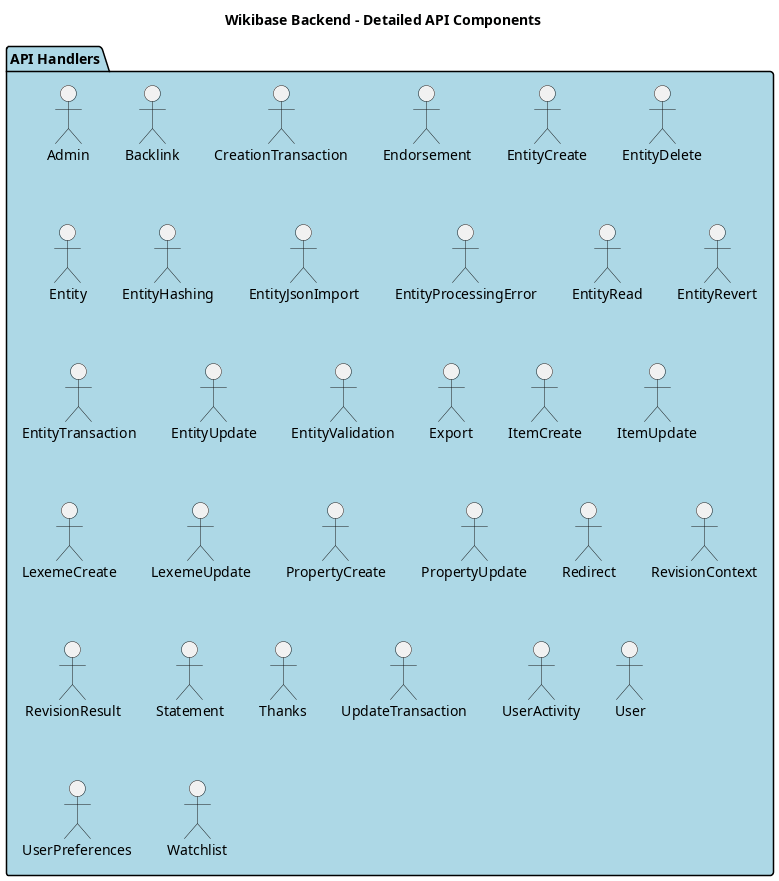
The PlantUML diagram doc/DIAGRAMS/png/detailed_api_components.png in dpriskorn/entitybase-backend, before a commit.
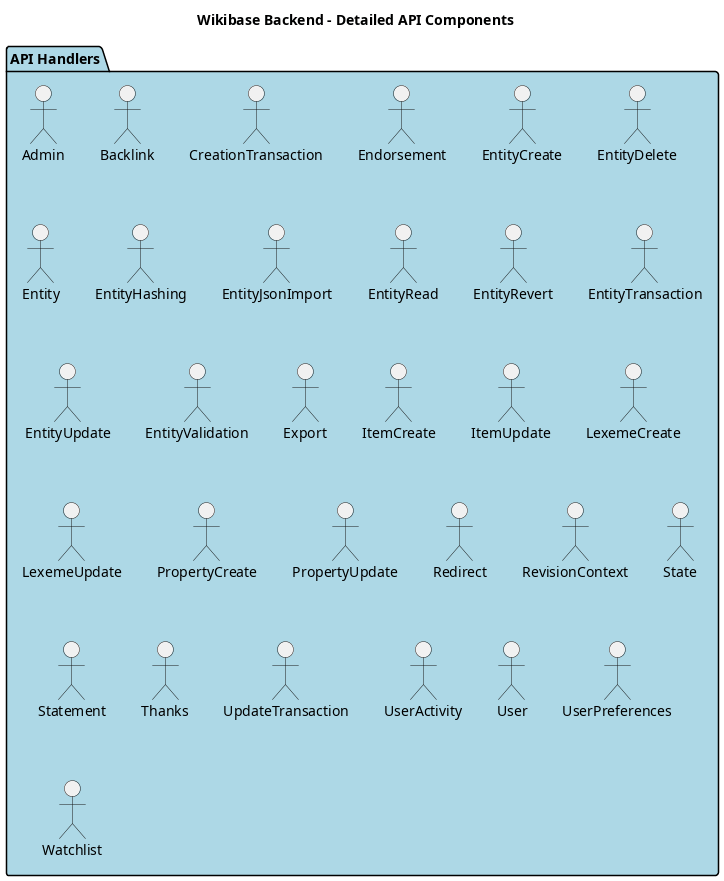
After the commit.

The edit, as a diff of the source:
```diff
@@ -12,7 +12,6 @@
     "Entity" as EntityHandler
     "EntityHashing" as EntityHashingService
     "EntityJsonImport" as EntityJsonImportHandler
-    "EntityProcessingError" as EntityProcessingError
     "EntityRead" as EntityReadHandler
     "EntityRevert" as EntityRevertHandler
     "EntityTransaction" as EntityTransaction
@@ -27,7 +26,7 @@
     "PropertyUpdate" as PropertyUpdateHandler
     "Redirect" as RedirectHandler
     "RevisionContext" as RevisionContext
-    "RevisionResult" as RevisionResult
+    "State" as StateHandler
     "Statement" as StatementHandler
     "Thanks" as ThanksHandler
     "UpdateTransaction" as UpdateTransaction
```
